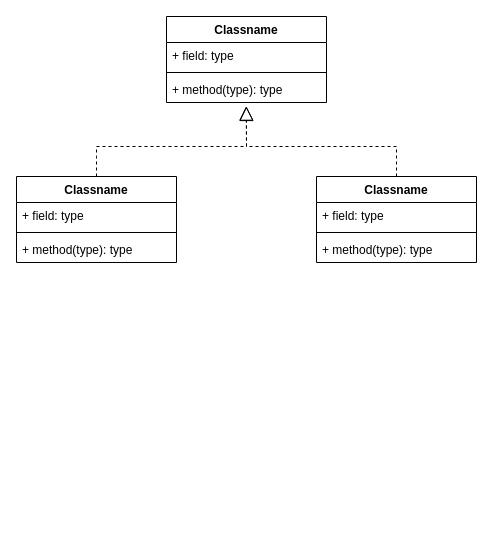
The draw.io diagram 未命名绘图.drawio in BuerH/Test, before the edit. Source tidied: cells renumbered, new cells numbered last; positions are measured from the earlier drawing's top-left corner, leaving out a move shared by most shapes. Both pictures are drawn from the tidied source at 100%, with x=0, y=0 at pixel (16, 16).
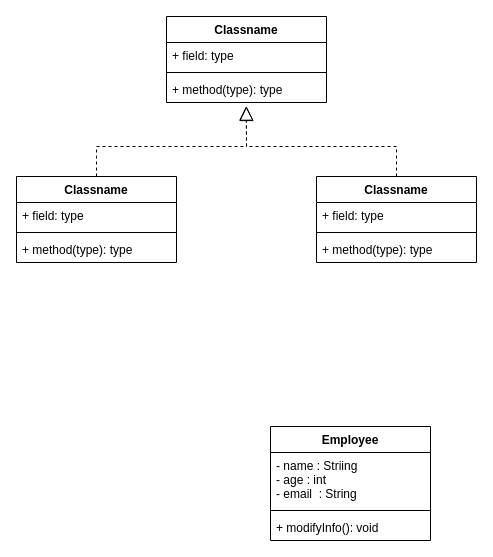
The same page after the edit.

Commit message (it also covers changes not shown here):
更新未命名绘图.drawio

Diff of the diagram source:
```diff
@@
+    <mxCell id="16" value="Employee" style="swimlane;fontStyle=1;align=center;verticalAlign=top;horizontal=1;startSize=26;" parent="1" vertex="1">
+      <mxGeometry x="254" y="410" width="160" height="114" as="geometry" />
+    </mxCell>
+    <mxCell id="17" value="- name : Striing&#10;- age : int&#10;- email  : String" style="text;strokeColor=none;fillColor=none;align=left;verticalAlign=top;spacingLeft=4;spacingRight=4;overflow=hidden;" parent="16" vertex="1">
+      <mxGeometry y="26" width="160" height="54" as="geometry" />
+    </mxCell>
+    <mxCell id="18" style="line;strokeWidth=1;fillColor=none;align=left;verticalAlign=middle;spacingTop=-1;spacingLeft=3;spacingRight=3;labelPosition=right;strokeColor=inherit;" parent="16" vertex="1">
+      <mxGeometry y="80" width="160" height="8" as="geometry" />
+    </mxCell>
+    <mxCell id="19" value="+ modifyInfo(): void" style="text;strokeColor=none;fillColor=none;align=left;verticalAlign=top;spacingLeft=4;spacingRight=4;overflow=hidden;" parent="16" vertex="1">
+      <mxGeometry y="88" width="160" height="26" as="geometry" />
+    </mxCell>
```
